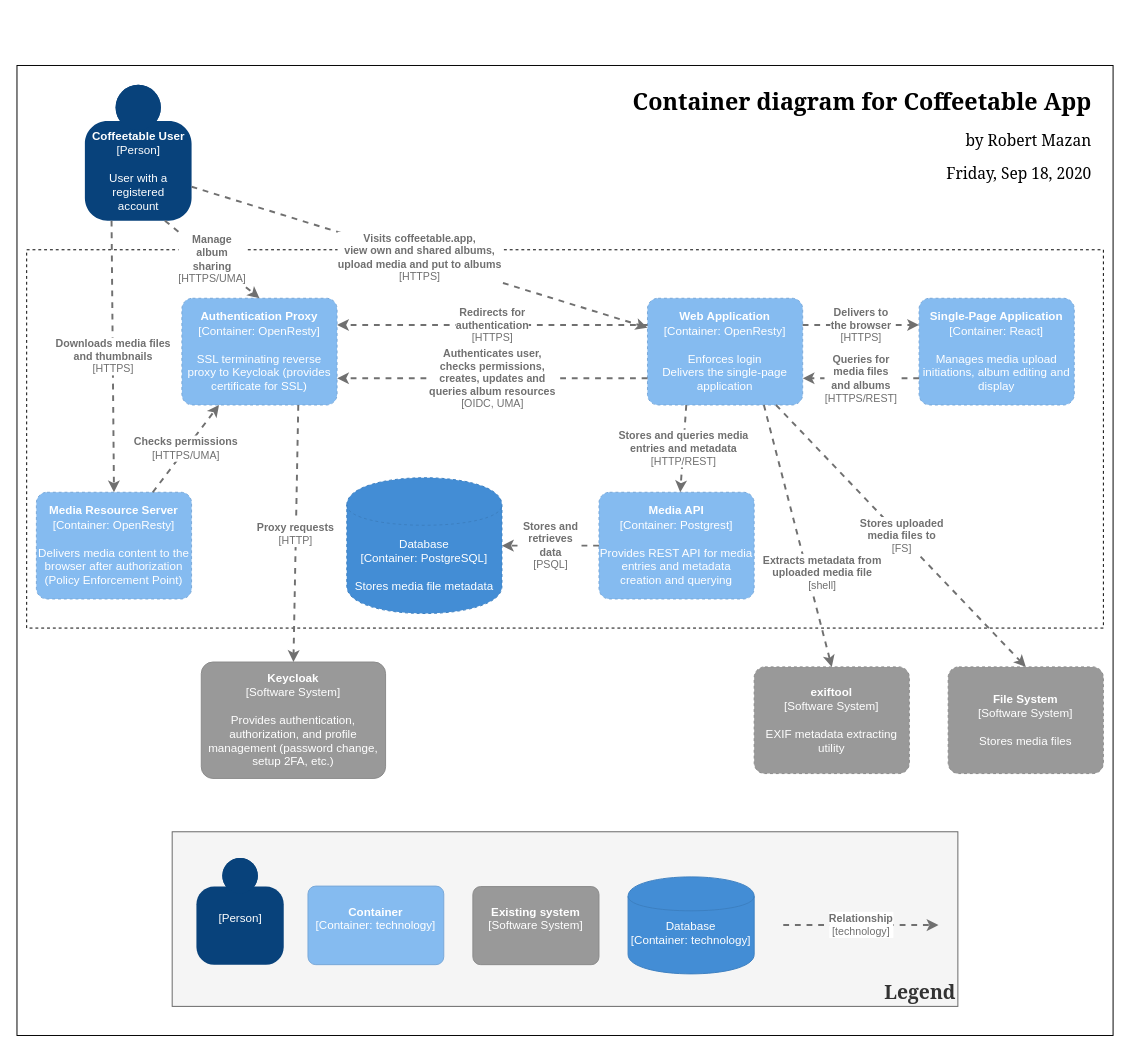
Earlier version of the draw.io diagram page "Container" (2 of 6) of docs/images/coffeetable.drawio (robmazan/coffeetable). Source tidied: cells renumbered, new cells numbered last; positions are measured from the earlier drawing's top-left corner, leaving out a move shared by most shapes. Both pictures are drawn from the tidied source at 97%, with x=0, y=0 at pixel (16, 65).
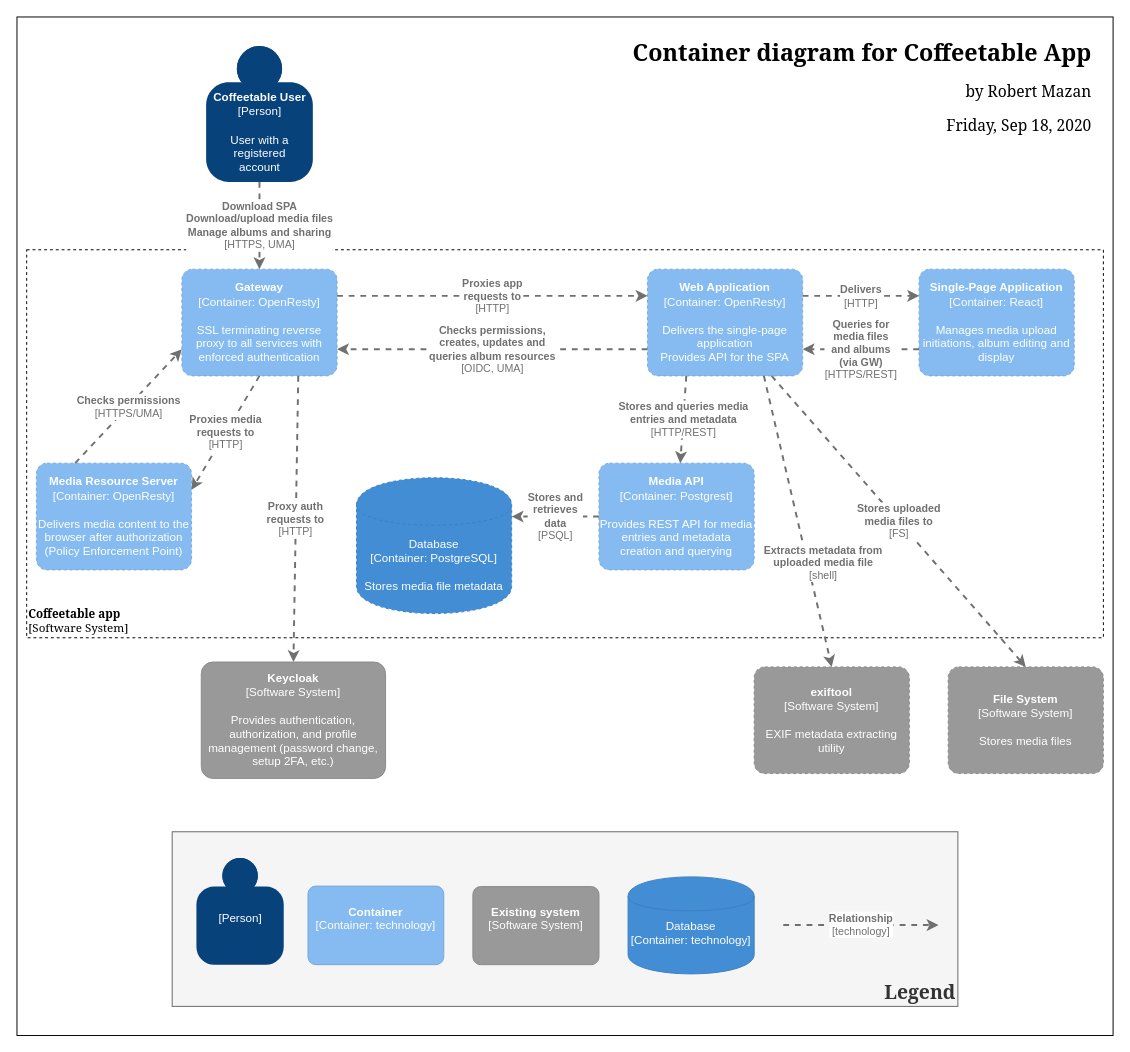
Above is the later version.

Unchanged cells that the change refers to:
```xml
<object id="5" label="&lt;b&gt;%c4Name%&lt;/b&gt;&lt;div&gt;[%c4Type%]&lt;/div&gt;&lt;br&gt;&lt;div&gt;%c4Description%&lt;/div&gt;" c4Description="Provides authentication, authorization, and profile management (password change, setup 2FA, etc.)" c4Name="Keycloak" c4Type="Software System" placeholders="1">
  <mxCell style="rounded=1;whiteSpace=wrap;html=1;labelBackgroundColor=none;fillColor=#999999;fontColor=#ffffff;align=center;arcSize=10;strokeColor=#8A8A8A;metaData={&quot;c4Type&quot;:{&quot;editable&quot;:false}};points=[[0.25,0,0],[0.5,0,0],[0.75,0,0],[1,0.25,0],[1,0.5,0],[1,0.75,0],[0.75,1,0],[0.5,1,0],[0.25,1,0],[0,0.75,0],[0,0.5,0],[0,0.25,0]];" parent="1" vertex="1">
    <mxGeometry x="190" y="615" width="190" height="120" as="geometry" />
  </mxCell>
</object>
```

Diff of the diagram source:
```diff
@@
     <mxCell id="2" value="&lt;p style=&quot;line-height: 100% ; font-size: 16px&quot;&gt;&lt;/p&gt;&lt;p&gt;&lt;font style=&quot;font-size: 24px&quot;&gt;&lt;b&gt;Container diagram for Coffeetable App&lt;/b&gt;&lt;/font&gt;&lt;/p&gt;&lt;p style=&quot;font-size: 16px&quot;&gt;by Robert Mazan&lt;/p&gt;&lt;p style=&quot;font-size: 16px&quot;&gt;Friday, Sep 18, 2020&lt;/p&gt;&lt;p style=&quot;font-size: 16px&quot;&gt;&lt;/p&gt;" style="rounded=0;whiteSpace=wrap;html=1;fontSize=16;align=right;verticalAlign=top;spacingRight=20;fontFamily=Georgia;" parent="1" vertex="1">
-      <mxGeometry width="1130" height="1000" as="geometry" />
+      <mxGeometry y="-50" width="1130" height="1050" as="geometry" />
     </mxCell>
     <object id="3" label="&lt;b&gt;%c4Name%&lt;/b&gt;&lt;div&gt;[%c4Type%]&lt;/div&gt;&lt;br&gt;&lt;div&gt;%c4Description%&lt;/div&gt;" c4Description="User with a&#10;registered&#10;account" c4Name="Coffeetable User" c4Type="Person" placeholders="1">
       <mxCell style="html=1;dashed=0;whitespace=wrap;fillColor=#08427b;strokeColor=none;fontColor=#ffffff;shape=mxgraph.c4.person;align=center;points=[[0.5,0,0],[1,0.5,0],[1,0.75,0],[0.75,1,0],[0.5,1,0],[0.25,1,0],[0,0.75,0],[0,0.5,0]];metaData={&quot;c4Type&quot;:{&quot;editable&quot;:false}};" parent="1" vertex="1">
-        <mxGeometry x="70" y="20" width="110" height="140" as="geometry" />
+        <mxGeometry x="195" y="-20" width="110" height="140" as="geometry" />
       </mxCell>
     </object>
-    <mxCell id="4" style="rounded=0;whiteSpace=wrap;html=1;fillColor=none;dashed=1;" parent="1" vertex="1">
-      <mxGeometry x="10" y="190" width="1110" height="390" as="geometry" />
+    <mxCell id="4" value="&lt;b&gt;Coffeetable app&lt;/b&gt;&lt;br&gt;[Software System]" style="rounded=0;whiteSpace=wrap;html=1;fillColor=none;dashed=1;align=left;verticalAlign=bottom;fontFamily=Georgia;" parent="1" vertex="1">
+      <mxGeometry x="10" y="190" width="1110" height="400" as="geometry" />
     </mxCell>
@@
-    <object id="6" label="&lt;b&gt;%c4Name%&lt;/b&gt;&lt;div&gt;[%c4Type%: %c4Technology%]&lt;/div&gt;&lt;br&gt;&lt;div&gt;%c4Description%&lt;/div&gt;" c4Description="Enforces login&#10;Delivers the single-page application" c4Name="Web Application" c4Technology="OpenResty" c4Type="Container" placeholders="1">
+    <object id="6" label="&lt;b&gt;%c4Name%&lt;/b&gt;&lt;div&gt;[%c4Type%: %c4Technology%]&lt;/div&gt;&lt;br&gt;&lt;div&gt;%c4Description%&lt;/div&gt;" c4Description="Delivers the single-page application&#10;Provides API for the SPA" c4Name="Web Application" c4Technology="OpenResty" c4Type="Container" placeholders="1">
       <mxCell style="rounded=1;whiteSpace=wrap;html=1;labelBackgroundColor=none;fillColor=#85BBF0;fontColor=#ffffff;align=center;arcSize=10;strokeColor=#78A8D8;metaData={&quot;c4Type&quot;:{&quot;editable&quot;:false}};points=[[0.25,0,0],[0.5,0,0],[0.75,0,0],[1,0.25,0],[1,0.5,0],[1,0.75,0],[0.75,1,0],[0.5,1,0],[0.25,1,0],[0,0.75,0],[0,0.5,0],[0,0.25,0]];dashed=1;" parent="1" vertex="1">
-        <mxGeometry x="650" y="240" width="160" height="110" as="geometry" />
+        <mxGeometry x="650" y="210" width="160" height="110" as="geometry" />
       </mxCell>
     </object>
-    <object id="7" label="&lt;div style=&quot;text-align: left&quot;&gt;&lt;div style=&quot;text-align: center&quot;&gt;&lt;b&gt;%c4Description%&lt;/b&gt;&lt;/div&gt;&lt;div style=&quot;text-align: center&quot;&gt;[%c4Technology%]&lt;/div&gt;&lt;/div&gt;" c4Description="Visits coffeetable.app,&#10;view own and shared albums,&#10;upload media and put to albums" c4Technology="HTTPS" placeholders="1">
-      <mxCell style="edgeStyle=none;rounded=0;html=1;jettySize=auto;strokeColor=#707070;strokeWidth=2;fontColor=#707070;jumpStyle=none;dashed=1;metaData={&quot;c4Type&quot;:{&quot;editable&quot;:false}};exitX=1;exitY=0.75;exitDx=0;exitDy=0;exitPerimeter=0;" parent="1" edge="1" source="3" target="6">
-        <mxGeometry relative="1" as="geometry" />
-      </mxCell>
-    </object>
-    <object id="8" label="&lt;div style=&quot;text-align: left&quot;&gt;&lt;div style=&quot;text-align: center&quot;&gt;&lt;b&gt;%c4Description%&lt;/b&gt;&lt;/div&gt;&lt;div style=&quot;text-align: center&quot;&gt;[%c4Technology%]&lt;/div&gt;&lt;/div&gt;" c4Description="Authenticates user,&#10;checks permissions,&#10;creates, updates and&#10;queries album resources" c4Technology="OIDC, UMA" placeholders="1">
+    <object id="8" label="&lt;div style=&quot;text-align: left&quot;&gt;&lt;div style=&quot;text-align: center&quot;&gt;&lt;b&gt;%c4Description%&lt;/b&gt;&lt;/div&gt;&lt;div style=&quot;text-align: center&quot;&gt;[%c4Technology%]&lt;/div&gt;&lt;/div&gt;" c4Description="Checks permissions,&#10;creates, updates and&#10;queries album resources" c4Technology="OIDC, UMA" placeholders="1">
       <mxCell style="edgeStyle=none;rounded=0;html=1;entryX=1;entryY=0.75;jettySize=auto;strokeColor=#707070;strokeWidth=2;fontColor=#707070;jumpStyle=none;dashed=1;metaData={&quot;c4Type&quot;:{&quot;editable&quot;:false}};entryDx=0;entryDy=0;entryPerimeter=0;exitX=0;exitY=0.75;exitDx=0;exitDy=0;exitPerimeter=0;" parent="1" edge="1" source="6" target="10">
         <mxGeometry relative="1" as="geometry" />
       </mxCell>
     </object>
     <object id="9" label="&lt;b&gt;%c4Name%&lt;/b&gt;&lt;div&gt;[%c4Type%: %c4Technology%]&lt;/div&gt;&lt;br&gt;&lt;div&gt;%c4Description%&lt;/div&gt;" c4Description="Manages media upload initiations, album editing and display" c4Name="Single-Page Application" c4Technology="React" c4Type="Container" placeholders="1">
       <mxCell style="rounded=1;whiteSpace=wrap;html=1;labelBackgroundColor=none;fillColor=#85BBF0;fontColor=#ffffff;align=center;arcSize=10;strokeColor=#78A8D8;metaData={&quot;c4Type&quot;:{&quot;editable&quot;:false}};points=[[0.25,0,0],[0.5,0,0],[0.75,0,0],[1,0.25,0],[1,0.5,0],[1,0.75,0],[0.75,1,0],[0.5,1,0],[0.25,1,0],[0,0.75,0],[0,0.5,0],[0,0.25,0]];dashed=1;" parent="1" vertex="1">
-        <mxGeometry x="930" y="240" width="160" height="110" as="geometry" />
+        <mxGeometry x="930" y="210" width="160" height="110" as="geometry" />
       </mxCell>
     </object>
-    <object id="10" label="&lt;b&gt;%c4Name%&lt;/b&gt;&lt;div&gt;[%c4Type%: %c4Technology%]&lt;/div&gt;&lt;br&gt;&lt;div&gt;%c4Description%&lt;/div&gt;" c4Description="SSL terminating reverse proxy to Keycloak (provides certificate for SSL)" c4Name="Authentication Proxy" c4Technology="OpenResty" c4Type="Container" placeholders="1">
+    <object id="10" label="&lt;b&gt;%c4Name%&lt;/b&gt;&lt;div&gt;[%c4Type%: %c4Technology%]&lt;/div&gt;&lt;br&gt;&lt;div&gt;%c4Description%&lt;/div&gt;" c4Description="SSL terminating reverse proxy to all services with enforced authentication" c4Name="Gateway" c4Technology="OpenResty" c4Type="Container" placeholders="1">
       <mxCell style="rounded=1;whiteSpace=wrap;html=1;labelBackgroundColor=none;fillColor=#85BBF0;fontColor=#ffffff;align=center;arcSize=10;strokeColor=#78A8D8;metaData={&quot;c4Type&quot;:{&quot;editable&quot;:false}};points=[[0.25,0,0],[0.5,0,0],[0.75,0,0],[1,0.25,0],[1,0.5,0],[1,0.75,0],[0.75,1,0],[0.5,1,0],[0.25,1,0],[0,0.75,0],[0,0.5,0],[0,0.25,0]];dashed=1;" parent="1" vertex="1">
-        <mxGeometry x="170" y="240" width="160" height="110" as="geometry" />
+        <mxGeometry x="170" y="210" width="160" height="110" as="geometry" />
       </mxCell>
     </object>
-    <object id="11" label="&lt;div style=&quot;text-align: left&quot;&gt;&lt;div style=&quot;text-align: center&quot;&gt;&lt;b&gt;%c4Description%&lt;/b&gt;&lt;/div&gt;&lt;div style=&quot;text-align: center&quot;&gt;[%c4Technology%]&lt;/div&gt;&lt;/div&gt;" c4Description="Delivers to&#10;the browser" c4Technology="HTTPS" placeholders="1">
+    <object id="11" label="&lt;div style=&quot;text-align: left&quot;&gt;&lt;div style=&quot;text-align: center&quot;&gt;&lt;b&gt;%c4Description%&lt;/b&gt;&lt;/div&gt;&lt;div style=&quot;text-align: center&quot;&gt;[%c4Technology%]&lt;/div&gt;&lt;/div&gt;" c4Description="Delivers" c4Technology="HTTP" placeholders="1">
       <mxCell style="edgeStyle=none;rounded=0;html=1;entryX=0;entryY=0.25;jettySize=auto;strokeColor=#707070;strokeWidth=2;fontColor=#707070;jumpStyle=none;dashed=1;metaData={&quot;c4Type&quot;:{&quot;editable&quot;:false}};exitX=1;exitY=0.25;exitDx=0;exitDy=0;exitPerimeter=0;entryDx=0;entryDy=0;entryPerimeter=0;" parent="1" edge="1" source="6" target="9">
         <mxGeometry relative="1" as="geometry" />
       </mxCell>
     </object>
     <object id="12" label="&lt;b&gt;%c4Name%&lt;/b&gt;&lt;div&gt;[%c4Type%: %c4Technology%]&lt;/div&gt;&lt;br&gt;&lt;div&gt;%c4Description%&lt;/div&gt;" c4Description="Delivers media content to the browser after authorization&#10;(Policy Enforcement Point)" c4Name="Media Resource Server" c4Technology="OpenResty" c4Type="Container" placeholders="1">
       <mxCell style="rounded=1;whiteSpace=wrap;html=1;labelBackgroundColor=none;fillColor=#85BBF0;fontColor=#ffffff;align=center;arcSize=10;strokeColor=#78A8D8;metaData={&quot;c4Type&quot;:{&quot;editable&quot;:false}};points=[[0.25,0,0],[0.5,0,0],[0.75,0,0],[1,0.25,0],[1,0.5,0],[1,0.75,0],[0.75,1,0],[0.5,1,0],[0.25,1,0],[0,0.75,0],[0,0.5,0],[0,0.25,0]];dashed=1;" parent="1" vertex="1">
-        <mxGeometry x="20" y="440" width="160" height="110" as="geometry" />
+        <mxGeometry x="20" y="410" width="160" height="110" as="geometry" />
       </mxCell>
     </object>
     <object id="13" label="&lt;div style=&quot;text-align: left&quot;&gt;&lt;div style=&quot;text-align: center&quot;&gt;&lt;b&gt;%c4Description%&lt;/b&gt;&lt;/div&gt;&lt;div style=&quot;text-align: center&quot;&gt;[%c4Technology%]&lt;/div&gt;&lt;/div&gt;" c4Description="Checks permissions" c4Technology="HTTPS/UMA" placeholders="1">
-      <mxCell style="edgeStyle=none;rounded=0;html=1;jettySize=auto;strokeColor=#707070;strokeWidth=2;fontColor=#707070;jumpStyle=none;dashed=1;metaData={&quot;c4Type&quot;:{&quot;editable&quot;:false}};exitX=0.75;exitY=0;exitDx=0;exitDy=0;exitPerimeter=0;" parent="1" edge="1" source="12" target="10">
+      <mxCell style="edgeStyle=none;rounded=0;html=1;jettySize=auto;strokeColor=#707070;strokeWidth=2;fontColor=#707070;jumpStyle=none;dashed=1;metaData={&quot;c4Type&quot;:{&quot;editable&quot;:false}};exitX=0.25;exitY=0;exitDx=0;exitDy=0;exitPerimeter=0;entryX=0;entryY=0.75;entryDx=0;entryDy=0;entryPerimeter=0;" parent="1" edge="1" source="12" target="10">
         <mxGeometry relative="1" as="geometry" />
       </mxCell>
     </object>
-    <object id="14" label="&lt;div style=&quot;text-align: left&quot;&gt;&lt;div style=&quot;text-align: center&quot;&gt;&lt;b&gt;%c4Description%&lt;/b&gt;&lt;/div&gt;&lt;div style=&quot;text-align: center&quot;&gt;[%c4Technology%]&lt;/div&gt;&lt;/div&gt;" c4Description="Redirects for&#10;authentication" c4Technology="HTTPS" placeholders="1">
-      <mxCell style="edgeStyle=none;rounded=0;html=1;entryX=1;entryY=0.25;jettySize=auto;strokeColor=#707070;strokeWidth=2;fontColor=#707070;jumpStyle=none;dashed=1;metaData={&quot;c4Type&quot;:{&quot;editable&quot;:false}};exitX=0;exitY=0.25;exitDx=0;exitDy=0;exitPerimeter=0;entryDx=0;entryDy=0;entryPerimeter=0;" parent="1" edge="1" source="6" target="10">
-        <mxGeometry relative="1" as="geometry" />
-      </mxCell>
-    </object>
-    <object id="15" label="&lt;div style=&quot;text-align: left&quot;&gt;&lt;div style=&quot;text-align: center&quot;&gt;&lt;b&gt;%c4Description%&lt;/b&gt;&lt;/div&gt;&lt;div style=&quot;text-align: center&quot;&gt;[%c4Technology%]&lt;/div&gt;&lt;/div&gt;" c4Description="Proxy requests" c4Technology="HTTP" placeholders="1">
+    <object id="15" label="&lt;div style=&quot;text-align: left&quot;&gt;&lt;div style=&quot;text-align: center&quot;&gt;&lt;b&gt;%c4Description%&lt;/b&gt;&lt;/div&gt;&lt;div style=&quot;text-align: center&quot;&gt;[%c4Technology%]&lt;/div&gt;&lt;/div&gt;" c4Description="Proxy auth&#10;requests to" c4Technology="HTTP" placeholders="1">
       <mxCell style="edgeStyle=none;rounded=0;html=1;jettySize=auto;strokeColor=#707070;strokeWidth=2;fontColor=#707070;jumpStyle=none;dashed=1;metaData={&quot;c4Type&quot;:{&quot;editable&quot;:false}};exitX=0.75;exitY=1;exitDx=0;exitDy=0;exitPerimeter=0;entryX=0.5;entryY=0;entryDx=0;entryDy=0;entryPerimeter=0;" parent="1" edge="1" source="10" target="5">
         <mxGeometry relative="1" as="geometry" />
       </mxCell>
     </object>
     <object id="16" label="%c4Type%&lt;div&gt;[Container:&amp;nbsp;%c4Technology%]&lt;/div&gt;&lt;br&gt;&lt;div&gt;%c4Description%&lt;/div&gt;" c4Description="Stores media file metadata" c4Technology="PostgreSQL" c4Type="Database" placeholders="1">
       <mxCell style="shape=cylinder;whiteSpace=wrap;html=1;boundedLbl=1;rounded=0;labelBackgroundColor=none;fillColor=#438DD5;fontSize=12;fontColor=#ffffff;align=center;strokeColor=#3C7FC0;points=[[0.5,0,0],[1,0.25,0],[1,0.5,0],[1,0.75,0],[0.5,1,0],[0,0.75,0],[0,0.5,0],[0,0.25,0]];metaData={&quot;c4Type&quot;:{&quot;editable&quot;:false}};dashed=1;" parent="1" vertex="1">
-        <mxGeometry x="340" y="425" width="160" height="140" as="geometry" />
+        <mxGeometry x="350" y="425" width="160" height="140" as="geometry" />
       </mxCell>
     </object>
     <object id="17" label="&lt;b&gt;%c4Name%&lt;/b&gt;&lt;div&gt;[%c4Type%: %c4Technology%]&lt;/div&gt;&lt;br&gt;&lt;div&gt;%c4Description%&lt;/div&gt;" c4Description="Provides REST API for media entries and metadata creation and querying" c4Name="Media API" c4Technology="Postgrest" c4Type="Container" placeholders="1">
       <mxCell style="rounded=1;whiteSpace=wrap;html=1;labelBackgroundColor=none;fillColor=#85BBF0;fontColor=#ffffff;align=center;arcSize=10;strokeColor=#78A8D8;metaData={&quot;c4Type&quot;:{&quot;editable&quot;:false}};points=[[0.25,0,0],[0.5,0,0],[0.75,0,0],[1,0.25,0],[1,0.5,0],[1,0.75,0],[0.75,1,0],[0.5,1,0],[0.25,1,0],[0,0.75,0],[0,0.5,0],[0,0.25,0]];dashed=1;" parent="1" vertex="1">
-        <mxGeometry x="600" y="440" width="160" height="110" as="geometry" />
+        <mxGeometry x="600" y="410" width="160" height="110" as="geometry" />
       </mxCell>
     </object>
@@
-    <object id="21" label="&lt;div style=&quot;text-align: left&quot;&gt;&lt;div style=&quot;text-align: center&quot;&gt;&lt;b&gt;%c4Description%&lt;/b&gt;&lt;/div&gt;&lt;div style=&quot;text-align: center&quot;&gt;[%c4Technology%]&lt;/div&gt;&lt;/div&gt;" c4Description="Queries for&#10;media files&#10;and albums" c4Technology="HTTPS/REST" placeholders="1">
+    <object id="21" label="&lt;div style=&quot;text-align: left&quot;&gt;&lt;div style=&quot;text-align: center&quot;&gt;&lt;b&gt;%c4Description%&lt;/b&gt;&lt;/div&gt;&lt;div style=&quot;text-align: center&quot;&gt;[%c4Technology%]&lt;/div&gt;&lt;/div&gt;" c4Description="Queries for&#10;media files&#10;and albums&#10;(via GW)" c4Technology="HTTPS/REST" placeholders="1">
       <mxCell style="edgeStyle=none;rounded=0;html=1;entryX=1;entryY=0.75;jettySize=auto;strokeColor=#707070;strokeWidth=2;fontColor=#707070;jumpStyle=none;dashed=1;metaData={&quot;c4Type&quot;:{&quot;editable&quot;:false}};exitX=0;exitY=0.75;exitDx=0;exitDy=0;exitPerimeter=0;entryDx=0;entryDy=0;entryPerimeter=0;" parent="1" edge="1" source="9" target="6">
         <mxGeometry relative="1" as="geometry" />
       </mxCell>
     </object>
-    <object id="22" label="&lt;div style=&quot;text-align: left&quot;&gt;&lt;div style=&quot;text-align: center&quot;&gt;&lt;b&gt;%c4Description%&lt;/b&gt;&lt;/div&gt;&lt;div style=&quot;text-align: center&quot;&gt;[%c4Technology%]&lt;/div&gt;&lt;/div&gt;" c4Description="Downloads media files&#10;and thumbnails" c4Technology="HTTPS" placeholders="1">
-      <mxCell style="edgeStyle=none;rounded=0;html=1;entryX=0.5;entryY=0;jettySize=auto;strokeColor=#707070;strokeWidth=2;fontColor=#707070;jumpStyle=none;dashed=1;metaData={&quot;c4Type&quot;:{&quot;editable&quot;:false}};exitX=0.25;exitY=1;exitDx=0;exitDy=0;exitPerimeter=0;entryDx=0;entryDy=0;entryPerimeter=0;" parent="1" edge="1" source="3" target="12">
-        <mxGeometry relative="1" as="geometry" />
-      </mxCell>
-    </object>
     <object id="23" label="&lt;div style=&quot;text-align: left&quot;&gt;&lt;div style=&quot;text-align: center&quot;&gt;&lt;b&gt;%c4Description%&lt;/b&gt;&lt;/div&gt;&lt;div style=&quot;text-align: center&quot;&gt;[%c4Technology%]&lt;/div&gt;&lt;/div&gt;" c4Description="Stores and&#10;retrieves&#10;data" c4Technology="PSQL" placeholders="1">
-      <mxCell style="edgeStyle=none;rounded=0;html=1;entryX=1;entryY=0.5;jettySize=auto;strokeColor=#707070;strokeWidth=2;fontColor=#707070;jumpStyle=none;dashed=1;metaData={&quot;c4Type&quot;:{&quot;editable&quot;:false}};exitX=0;exitY=0.5;exitDx=0;exitDy=0;exitPerimeter=0;entryDx=0;entryDy=0;entryPerimeter=0;" parent="1" edge="1" source="17" target="16">
-        <mxGeometry relative="1" as="geometry" />
+      <mxCell style="edgeStyle=none;rounded=0;html=1;entryX=1;entryY=0.5;jettySize=auto;strokeColor=#707070;strokeWidth=2;fontColor=#707070;jumpStyle=none;dashed=1;metaData={&quot;c4Type&quot;:{&quot;editable&quot;:false}};exitX=0;exitY=0.5;exitDx=0;exitDy=0;exitPerimeter=0;entryDx=0;entryDy=0;entryPerimeter=0;" parent="1" edge="1" source="17">
+        <mxGeometry relative="1" as="geometry">
+          <mxPoint x="510" y="465" as="targetPoint" />
+        </mxGeometry>
       </mxCell>
     </object>
@@
-    <object id="26" label="&lt;div style=&quot;text-align: left&quot;&gt;&lt;div style=&quot;text-align: center&quot;&gt;&lt;b&gt;%c4Description%&lt;/b&gt;&lt;/div&gt;&lt;div style=&quot;text-align: center&quot;&gt;[%c4Technology%]&lt;/div&gt;&lt;/div&gt;" c4Description="Manage&#10;album&#10;sharing" c4Technology="HTTPS/UMA" placeholders="1">
-      <mxCell style="edgeStyle=none;rounded=0;html=1;entryX=0.5;entryY=0;jettySize=auto;strokeColor=#707070;strokeWidth=2;fontColor=#707070;jumpStyle=none;dashed=1;metaData={&quot;c4Type&quot;:{&quot;editable&quot;:false}};exitX=0.75;exitY=1;exitDx=0;exitDy=0;exitPerimeter=0;entryDx=0;entryDy=0;entryPerimeter=0;" parent="1" edge="1" source="3" target="10">
+    <object id="26" label="&lt;div style=&quot;text-align: left&quot;&gt;&lt;div style=&quot;text-align: center&quot;&gt;&lt;b&gt;%c4Description%&lt;/b&gt;&lt;/div&gt;&lt;div style=&quot;text-align: center&quot;&gt;[%c4Technology%]&lt;/div&gt;&lt;/div&gt;" c4Description="Download SPA&#10;Download/upload media files&#10;Manage albums and sharing" c4Technology="HTTPS, UMA" placeholders="1">
+      <mxCell style="edgeStyle=none;rounded=0;html=1;entryX=0.5;entryY=0;jettySize=auto;strokeColor=#707070;strokeWidth=2;fontColor=#707070;jumpStyle=none;dashed=1;metaData={&quot;c4Type&quot;:{&quot;editable&quot;:false}};exitX=0.5;exitY=1;exitDx=0;exitDy=0;exitPerimeter=0;entryDx=0;entryDy=0;entryPerimeter=0;" parent="1" edge="1" source="3" target="10">
         <mxGeometry relative="1" as="geometry" />
       </mxCell>
     </object>
@@
+    <object id="34" label="&lt;div style=&quot;text-align: left&quot;&gt;&lt;div style=&quot;text-align: center&quot;&gt;&lt;b&gt;%c4Description%&lt;/b&gt;&lt;/div&gt;&lt;div style=&quot;text-align: center&quot;&gt;[%c4Technology%]&lt;/div&gt;&lt;/div&gt;" c4Description="Proxies media&#10;requests to" c4Technology="HTTP" placeholders="1">
+      <mxCell style="edgeStyle=none;rounded=0;html=1;entryX=1;entryY=0.25;jettySize=auto;strokeColor=#707070;strokeWidth=2;fontColor=#707070;jumpStyle=none;dashed=1;metaData={&quot;c4Type&quot;:{&quot;editable&quot;:false}};exitX=0.5;exitY=1;exitDx=0;exitDy=0;exitPerimeter=0;entryDx=0;entryDy=0;entryPerimeter=0;" parent="1" edge="1" source="10" target="12">
+        <mxGeometry relative="1" as="geometry" />
+      </mxCell>
+    </object>
+    <object id="35" label="&lt;div style=&quot;text-align: left&quot;&gt;&lt;div style=&quot;text-align: center&quot;&gt;&lt;b&gt;%c4Description%&lt;/b&gt;&lt;/div&gt;&lt;div style=&quot;text-align: center&quot;&gt;[%c4Technology%]&lt;/div&gt;&lt;/div&gt;" c4Description="Proxies app&#10;requests to" c4Technology="HTTP" placeholders="1">
+      <mxCell style="edgeStyle=none;rounded=0;html=1;entryX=0;entryY=0.25;jettySize=auto;strokeColor=#707070;strokeWidth=2;fontColor=#707070;jumpStyle=none;dashed=1;metaData={&quot;c4Type&quot;:{&quot;editable&quot;:false}};exitX=1;exitY=0.25;exitDx=0;exitDy=0;exitPerimeter=0;entryDx=0;entryDy=0;entryPerimeter=0;" parent="1" edge="1" source="10" target="6">
+        <mxGeometry relative="1" as="geometry" />
+      </mxCell>
+    </object>
```
